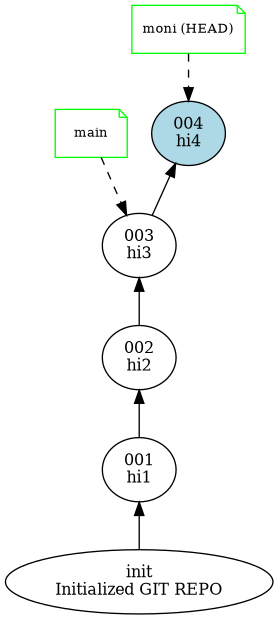
Before: git.png, a diagram exported from Graphviz (Gogul11/GIT-Simulator). Its source is kept beside it as git.dot. Source of this version:
```dot
digraph GitGraph {
  rankdir=TB;
  "004" [label="004\nhi4", shape=ellipse, fontsize=12, style=filled, fillcolor=lightblue];
  "002" [label="002\nhi2", shape=ellipse, fontsize=12];
  "003" [label="003\nhi3", shape=ellipse, fontsize=12];
  "001" [label="001\nhi1", shape=ellipse, fontsize=12];
  "init" [label="init\nInitialized GIT REPO", shape=ellipse, fontsize=12];
  "004" -> "003" [dir=back];
  "002" -> "001" [dir=back];
  "003" -> "002" [dir=back];
  "001" -> "init" [dir=back];
  "branch_moni" [label="moni (HEAD)", shape=note, fontsize=10, color=green];
  "branch_moni" -> "004" [style=dashed];
  "branch_main" [label="main", shape=note, fontsize=10, color=green];
  "branch_main" -> "003" [style=dashed];
}
```
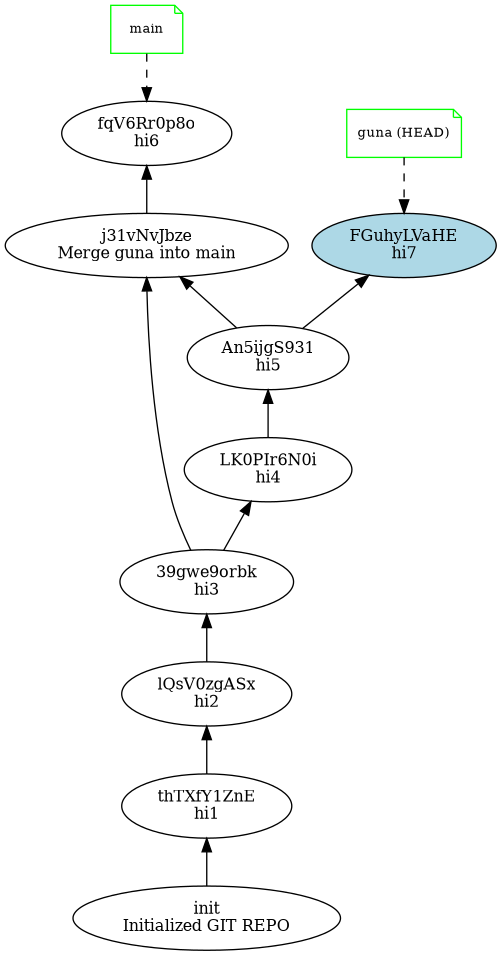
Above is the later version.

Diff of the diagram source:
```diff
@@ -1,16 +1,25 @@
 digraph GitGraph {
   rankdir=TB;
-  "004" [label="004\nhi4", shape=ellipse, fontsize=12, style=filled, fillcolor=lightblue];
-  "002" [label="002\nhi2", shape=ellipse, fontsize=12];
-  "003" [label="003\nhi3", shape=ellipse, fontsize=12];
-  "001" [label="001\nhi1", shape=ellipse, fontsize=12];
+  "FGuhyLVaHE" [label="FGuhyLVaHE\nhi7", shape=ellipse, fontsize=12, style=filled, fillcolor=lightblue];
+  "j31vNvJbze" [label="j31vNvJbze\nMerge guna into main", shape=ellipse, fontsize=12];
+  "fqV6Rr0p8o" [label="fqV6Rr0p8o\nhi6", shape=ellipse, fontsize=12];
+  "LK0PIr6N0i" [label="LK0PIr6N0i\nhi4", shape=ellipse, fontsize=12];
+  "39gwe9orbk" [label="39gwe9orbk\nhi3", shape=ellipse, fontsize=12];
+  "lQsV0zgASx" [label="lQsV0zgASx\nhi2", shape=ellipse, fontsize=12];
+  "thTXfY1ZnE" [label="thTXfY1ZnE\nhi1", shape=ellipse, fontsize=12];
+  "An5ijgS931" [label="An5ijgS931\nhi5", shape=ellipse, fontsize=12];
   "init" [label="init\nInitialized GIT REPO", shape=ellipse, fontsize=12];
-  "004" -> "003" [dir=back];
-  "002" -> "001" [dir=back];
-  "003" -> "002" [dir=back];
-  "001" -> "init" [dir=back];
-  "branch_moni" [label="moni (HEAD)", shape=note, fontsize=10, color=green];
-  "branch_moni" -> "004" [style=dashed];
+  "FGuhyLVaHE" -> "An5ijgS931" [dir=back];
+  "j31vNvJbze" -> "39gwe9orbk" [dir=back];
+  "j31vNvJbze" -> "An5ijgS931" [dir=back];
+  "fqV6Rr0p8o" -> "j31vNvJbze" [dir=back];
+  "LK0PIr6N0i" -> "39gwe9orbk" [dir=back];
+  "39gwe9orbk" -> "lQsV0zgASx" [dir=back];
+  "lQsV0zgASx" -> "thTXfY1ZnE" [dir=back];
+  "thTXfY1ZnE" -> "init" [dir=back];
+  "An5ijgS931" -> "LK0PIr6N0i" [dir=back];
+  "branch_guna" [label="guna (HEAD)", shape=note, fontsize=10, color=green];
+  "branch_guna" -> "FGuhyLVaHE" [style=dashed];
   "branch_main" [label="main", shape=note, fontsize=10, color=green];
-  "branch_main" -> "003" [style=dashed];
+  "branch_main" -> "fqV6Rr0p8o" [style=dashed];
 }
```
